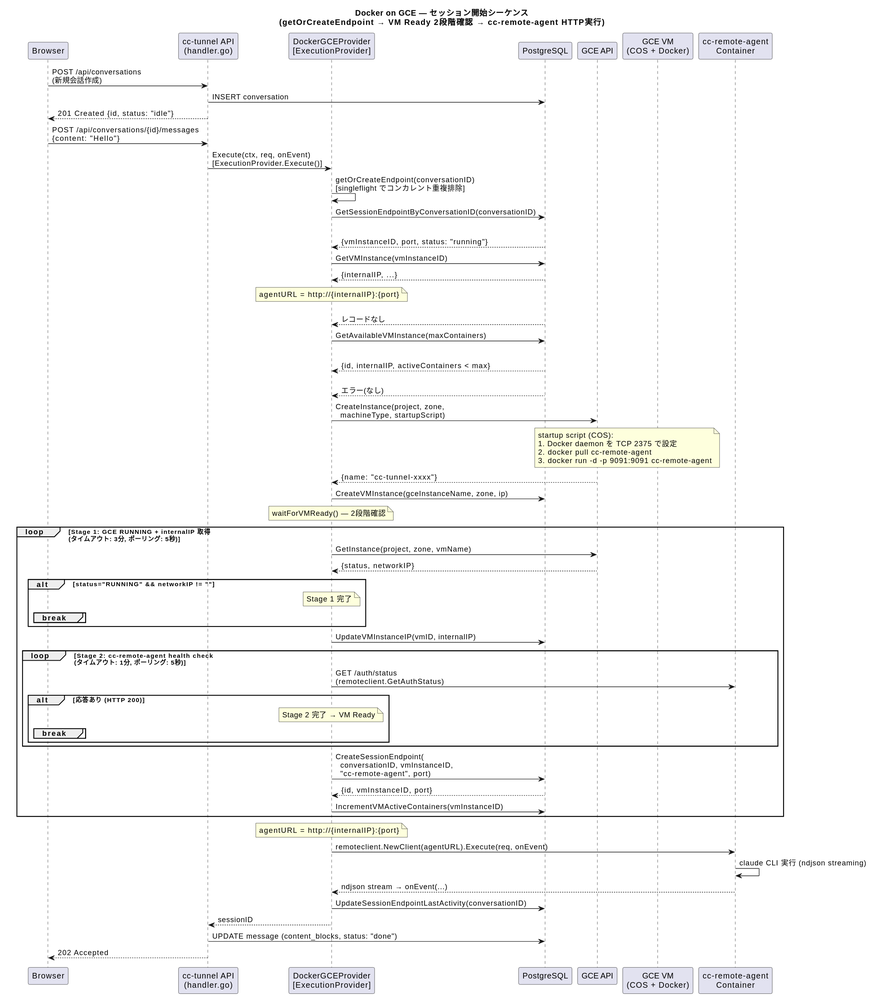
Above: docs/plantuml/out/docker_gce_session_start.svg in pollenjp/cc-tunnel (PlantUML), before the change.
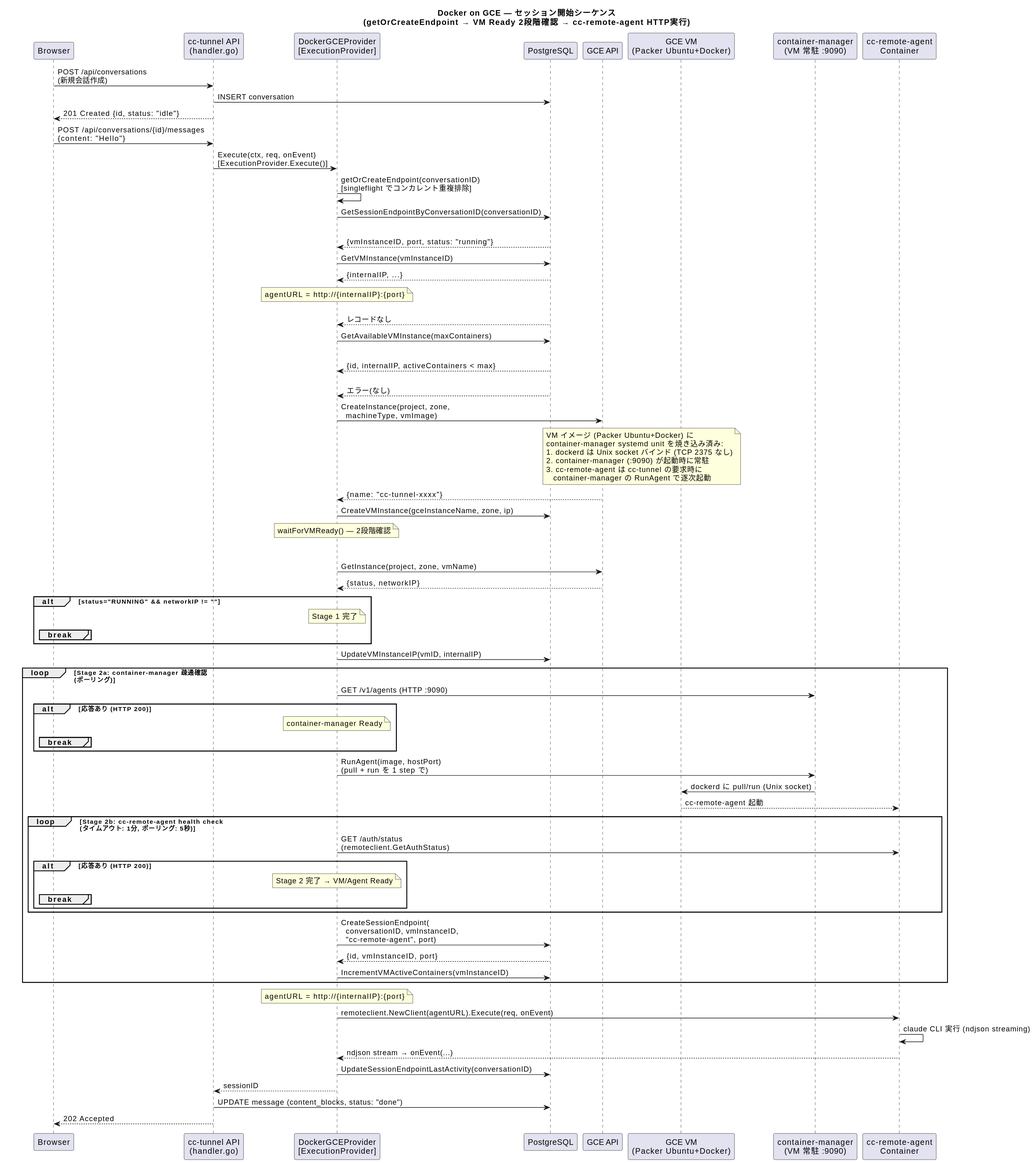
The same file after the commit.

Change to the diagram source:
```diff
@@ -6,7 +6,8 @@
 participant "DockerGCEProvider\n[ExecutionProvider]" as Provider
 participant PostgreSQL as DB
 participant "GCE API" as GCEAPI
-participant "GCE VM\n(COS + Docker)" as VM
+participant "GCE VM\n(Packer Ubuntu+Docker)" as VM
+participant "container-manager\n(VM 常駐 :9090)" as CM
 participant "cc-remote-agent\nContainer" as Container
 
 Browser -> CloudRun: POST /api/conversations\n(新規会話作成)
@@ -37,12 +38,14 @@
 
   else VM なし → 新規 VM 作成
     DB --> Provider: エラー(なし)
-    Provider -> GCEAPI: CreateInstance(project, zone,\n  machineType, startupScript)
+    Provider -> GCEAPI: CreateInstance(project, zone,\n  machineType, vmImage)
     note over GCEAPI,VM
-      startup script (COS):
-      1. Docker daemon を TCP 2375 で設定
-      2. docker pull cc-remote-agent
-      3. docker run -d -p 9091:9091 cc-remote-agent
+      VM イメージ (Packer Ubuntu+Docker) に
+      container-manager systemd unit を焼き込み済み:
+      1. dockerd は Unix socket バインド (TCP 2375 なし)
+      2. container-manager (:9090) が起動時に常駐
+      3. cc-remote-agent は cc-tunnel の要求時に
+         container-manager の RunAgent で逐次起動
     end note
     GCEAPI --> Provider: {name: "cc-tunnel-xxxx"}
     Provider -> DB: CreateVMInstance(gceInstanceName, zone, ip)
@@ -60,10 +63,22 @@
 
     Provider -> DB: UpdateVMInstanceIP(vmID, internalIP)
 
-    loop Stage 2: cc-remote-agent health check\n(タイムアウト: 1分, ポーリング: 5秒)
+    loop Stage 2a: container-manager 疎通確認\n(ポーリング)
+      Provider -> CM: GET /v1/agents (HTTP :9090)
+      alt 応答あり (HTTP 200)
+        note over Provider: container-manager Ready
+        break
+      end
+    end
+
+    Provider -> CM: RunAgent(image, hostPort)\n(pull + run を 1 step で)
+    CM -> VM: dockerd に pull/run (Unix socket)
+    VM --> Container: cc-remote-agent 起動
+
+    loop Stage 2b: cc-remote-agent health check\n(タイムアウト: 1分, ポーリング: 5秒)
       Provider -> Container: GET /auth/status\n(remoteclient.GetAuthStatus)
       alt 応答あり (HTTP 200)
-        note over Provider: Stage 2 完了 → VM Ready
+        note over Provider: Stage 2 完了 → VM/Agent Ready
         break
       end
     end
```
